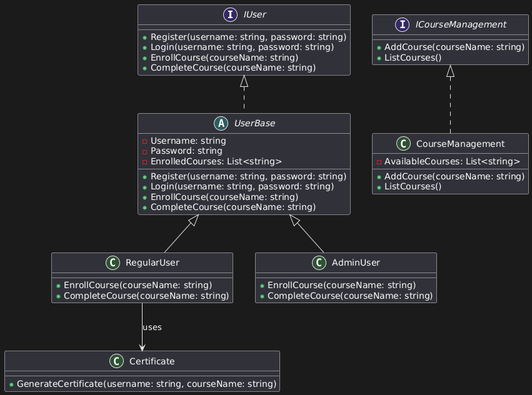
Before: LSP/UML_diagram.png, a diagram exported from PlantUML (nav2924/lab_design_patterns).
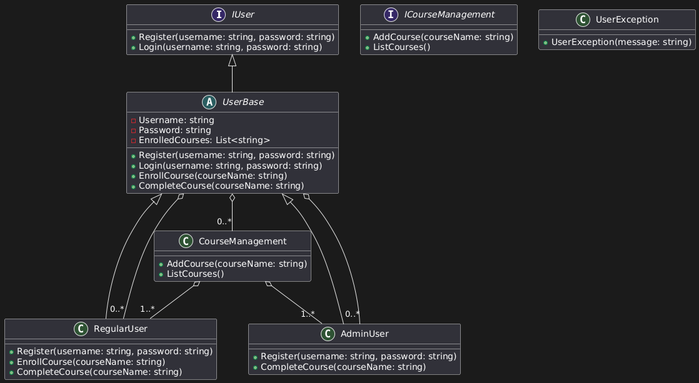
The same diagram one commit later.

Change to the diagram source:
```diff
@@ -2,13 +2,6 @@
 interface IUser {
     +Register(username: string, password: string)
     +Login(username: string, password: string)
-    +EnrollCourse(courseName: string)
-    +CompleteCourse(courseName: string)
-}
-
-interface ICourseManagement {
-    +AddCourse(courseName: string)
-    +ListCourses()
 }
 
 abstract class UserBase {
@@ -22,29 +15,36 @@
 }
 
 class RegularUser {
+    +Register(username: string, password: string)
     +EnrollCourse(courseName: string)
     +CompleteCourse(courseName: string)
 }
 
 class AdminUser {
-    +EnrollCourse(courseName: string)
+    +Register(username: string, password: string)
     +CompleteCourse(courseName: string)
 }
 
-class CourseManagement {
-    -AvailableCourses: List<string>
+interface ICourseManagement {
     +AddCourse(courseName: string)
     +ListCourses()
 }
 
-class Certificate {
-    +GenerateCertificate(username: string, courseName: string)
+class CourseManagement {
+    +AddCourse(courseName: string)
+    +ListCourses()
 }
 
-IUser <|.. UserBase
+class UserException {
+    +UserException(message: string)
+}
+
 UserBase <|-- RegularUser
 UserBase <|-- AdminUser
-ICourseManagement <|.. CourseManagement
-
-RegularUser --> Certificate : uses
+IUser <|-- UserBase
+UserBase o-- "0..*" RegularUser
+UserBase o-- "0..*" AdminUser
+UserBase o-- "0..*" CourseManagement
+CourseManagement o-- "1..*" RegularUser
+CourseManagement o-- "1..*" AdminUser
 @enduml
```
